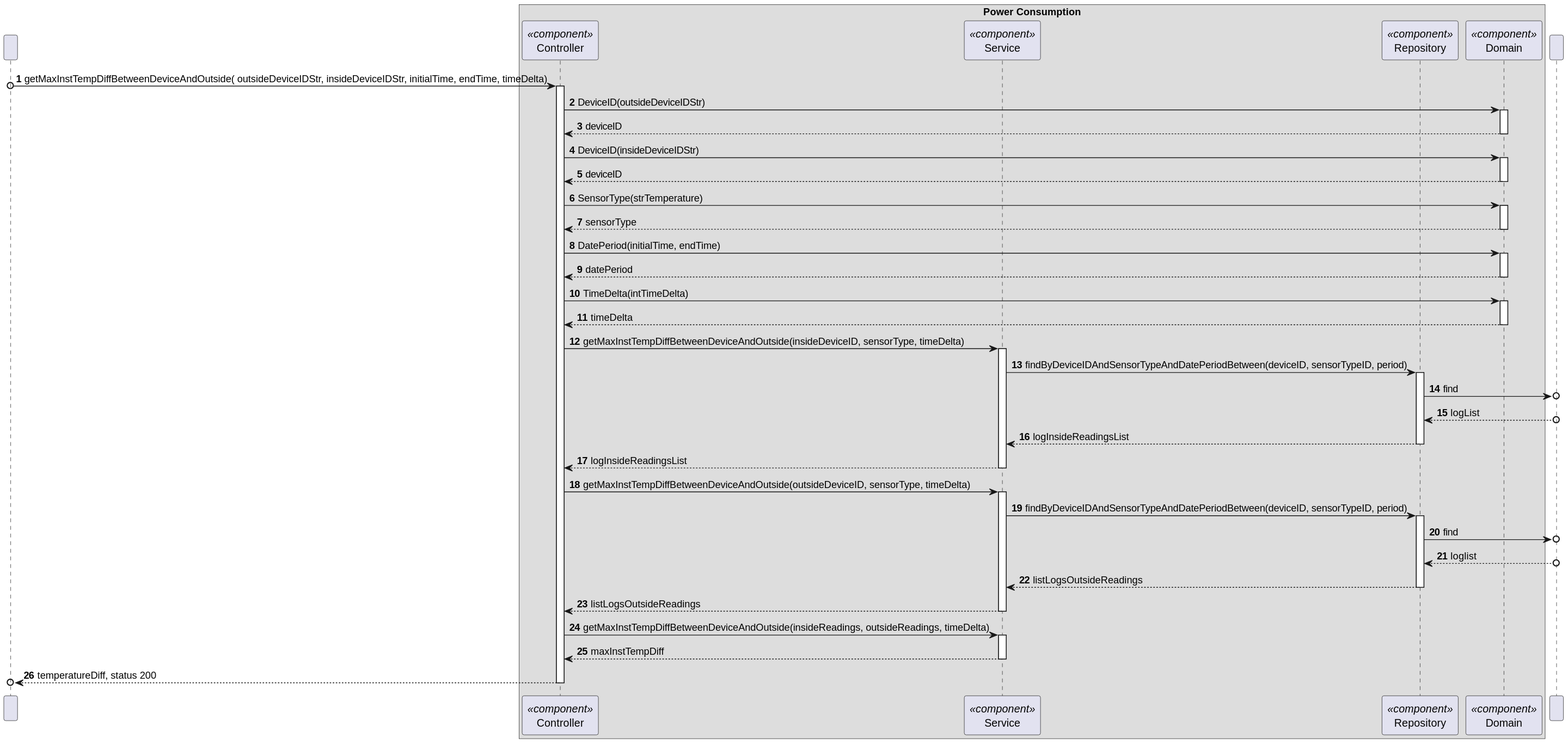
moutajDev/smarthome keeps this PlantUML diagram as docs/C4_4plus1_models/Level4/ProcessView/ProcessViewLevel4_UC13_v1.svg. Above is the earlier version.
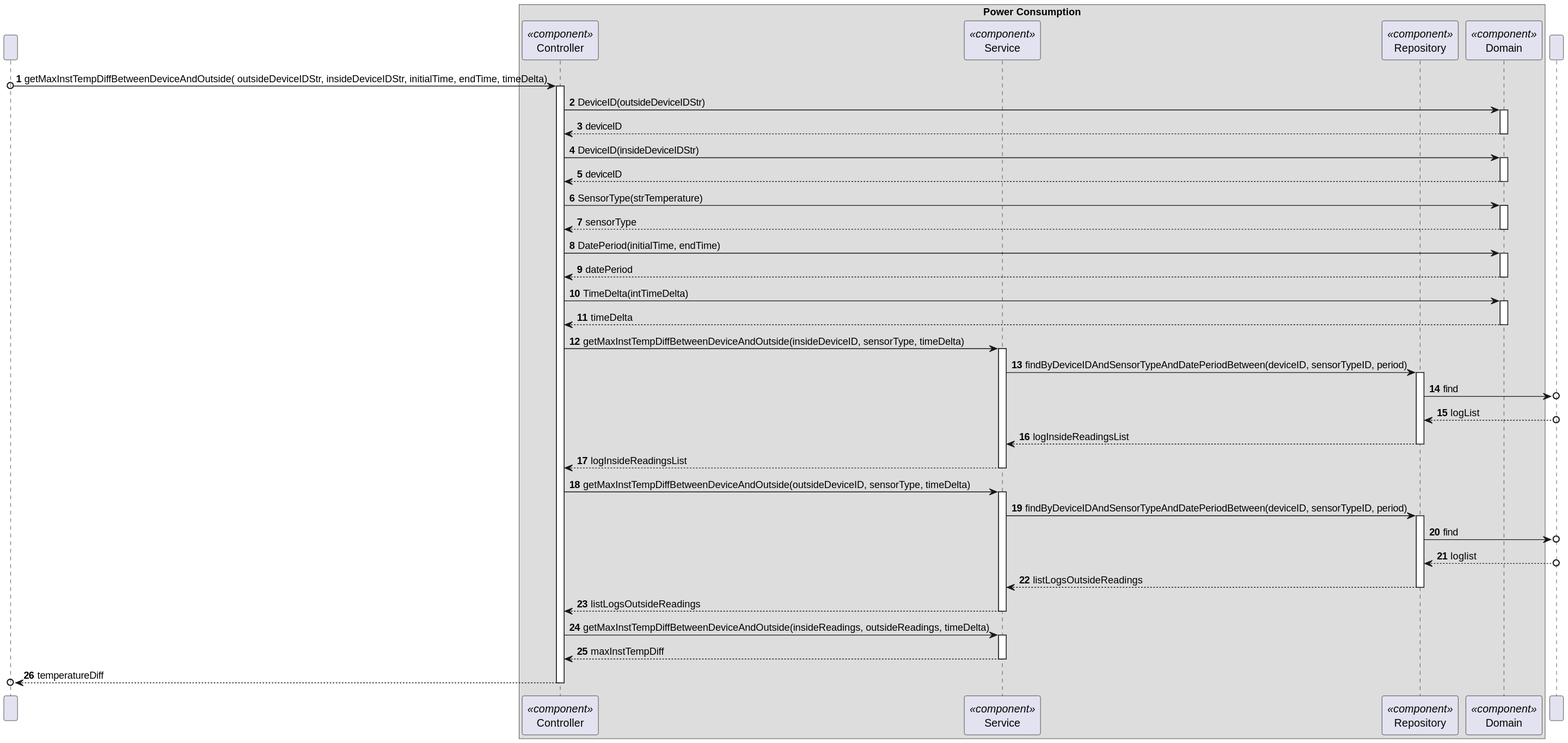
After the commit.

The edit, as a diff of the source:
```diff
@@ -89,6 +89,6 @@
 Service --> Controller: maxInstTempDiff
 deactivate Service
 
-Controller -->o User: temperatureDiff, status 200
+Controller -->o User: temperatureDiff
 deactivate Controller
 @enduml
```
